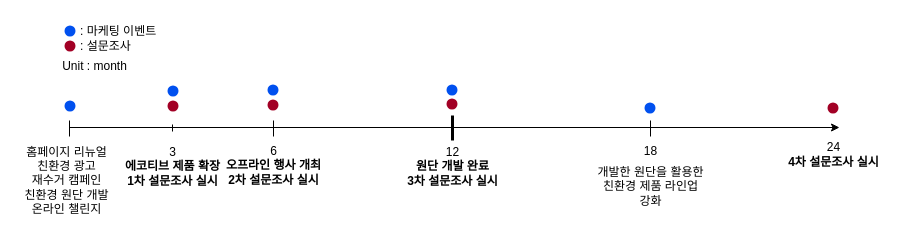
Before: 제목 없는 다이어그램.drawio in Gorang2/hello-world, a draw.io diagram. Source tidied: cells renumbered, new cells numbered last; positions are measured from the earlier drawing's top-left corner, leaving out a move shared by most shapes. Both pictures are drawn from the tidied source at 100%, with x=0, y=0 at pixel (17, 17).
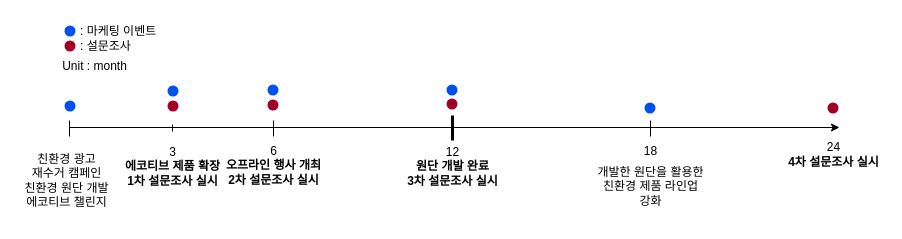
Above is the later version.

Commit message:
제목 없는 다이어그램.drawio 업데이트

The edit, as a diff of the source:
```diff
@@
-    <mxCell id="18" value="&lt;font color=&quot;#000000&quot;&gt;홈페이지 리뉴얼&lt;br&gt;친환경 광고&lt;br&gt;재수거 캠페인&lt;br&gt;친환경 원단 개발&lt;br&gt;온라인 챌린지&lt;br&gt;&lt;/font&gt;" style="text;html=1;align=center;verticalAlign=middle;strokeColor=none;fillColor=none;" parent="1" vertex="1">
-      <mxGeometry y="121" width="97" height="84" as="geometry" />
+    <mxCell id="18" value="&lt;font color=&quot;#000000&quot;&gt;친환경 광고&lt;br&gt;재수거 캠페인&lt;br&gt;친환경 원단 개발&lt;br&gt;에코티브 챌린지&lt;br&gt;&lt;/font&gt;" style="text;html=1;align=center;verticalAlign=middle;strokeColor=none;fillColor=none;" parent="1" vertex="1">
+      <mxGeometry y="128" width="97" height="70" as="geometry" />
     </mxCell>
```
